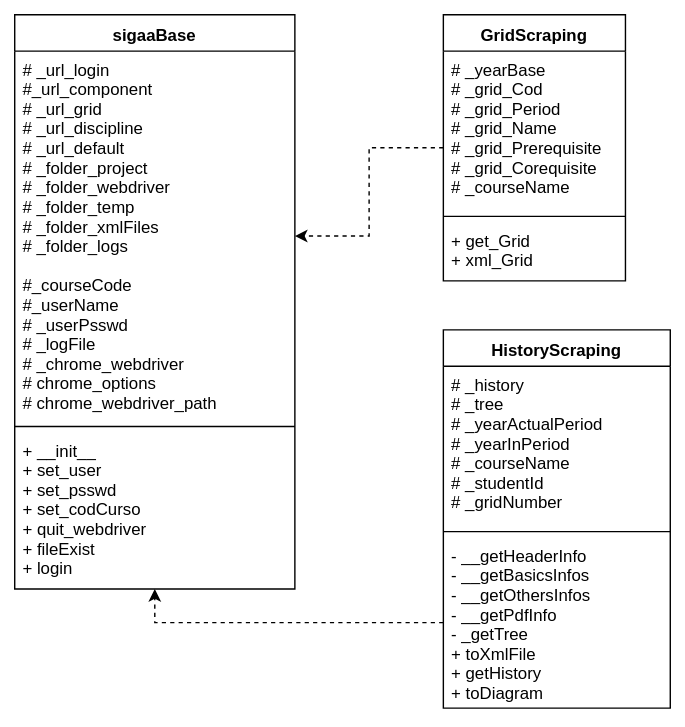
Before: doc/DiagramaDeClasse.svg, a diagram exported from draw.io (ppcamp/sigaa-scraping-analysis). Source tidied: cells renumbered, new cells last; positions are measured from the earlier drawing's top-left corner, leaving out a move shared by most shapes. Its diagram source:
```xml
<mxGraphModel background="#ffffff">
  <root>
    <mxCell id="0" />
    <mxCell id="1" parent="0" />
    <mxCell id="2" value="GridScraping" style="swimlane;fontStyle=1;align=center;verticalAlign=top;horizontal=1;startSize=26;" parent="1" vertex="1">
      <mxGeometry x="306" width="130" height="190" as="geometry" />
    </mxCell>
    <mxCell id="3" value="# _yearBase&#10;# _grid_Cod&#10;# _grid_Period&#10;# _grid_Name&#10;# _grid_Prerequisite&#10;# _grid_Corequisite&#10;# _courseName" style="text;strokeColor=none;fillColor=none;align=left;verticalAlign=top;spacingLeft=4;spacingRight=4;overflow=hidden;fontStyle=0;" parent="2" vertex="1">
      <mxGeometry y="26" width="130" height="114" as="geometry" />
    </mxCell>
    <mxCell id="4" style="line;strokeWidth=1;fillColor=none;align=left;verticalAlign=middle;spacingTop=-1;spacingLeft=3;spacingRight=3;labelPosition=right;" parent="2" vertex="1">
      <mxGeometry y="140" width="130" height="8" as="geometry" />
    </mxCell>
    <mxCell id="5" value="+ get_Grid&#10;+ xml_Grid&#10;" style="text;strokeColor=none;fillColor=none;align=left;verticalAlign=top;spacingLeft=4;spacingRight=4;overflow=hidden;points=[[0,0.5],[1,0.5]];portConstraint=eastwest;" parent="2" vertex="1">
      <mxGeometry y="148" width="130" height="42" as="geometry" />
    </mxCell>
    <mxCell id="6" style="edgeStyle=orthogonalEdgeStyle;rounded=0;jettySize=auto;html=1;exitX=0;exitY=0.5;exitDx=0;exitDy=0;dashed=1;" parent="1" edge="1" source="2" target="8">
      <mxGeometry relative="1" as="geometry" />
    </mxCell>
    <mxCell id="7" value="sigaaBase" style="swimlane;fontStyle=1;align=center;verticalAlign=top;horizontal=1;startSize=26;" parent="1" vertex="1">
      <mxGeometry width="200" height="410" as="geometry" />
    </mxCell>
    <mxCell id="8" value="# _url_login&#10;#_url_component&#10;# _url_grid&#10;# _url_discipline&#10;# _url_default&#10;# _folder_project&#10;# _folder_webdriver&#10;# _folder_temp&#10;# _folder_xmlFiles&#10;# _folder_logs&#10;&#10;#_courseCode&#10;#_userName&#10;# _userPsswd&#10;# _logFile&#10;# _chrome_webdriver&#10;# chrome_options&#10;# chrome_webdriver_path" style="text;strokeColor=none;fillColor=none;align=left;verticalAlign=top;spacingLeft=4;spacingRight=4;overflow=hidden;points=[[0,0.5],[1,0.5]];portConstraint=eastwest;fontStyle=0;" parent="7" vertex="1">
      <mxGeometry y="26" width="200" height="264" as="geometry" />
    </mxCell>
    <mxCell id="9" style="line;strokeWidth=1;fillColor=none;align=left;verticalAlign=middle;spacingTop=-1;spacingLeft=3;spacingRight=3;labelPosition=right;" parent="7" vertex="1">
      <mxGeometry y="290" width="200" height="8" as="geometry" />
    </mxCell>
    <mxCell id="10" value="+ __init__&#10;+ set_user&#10;+ set_psswd&#10;+ set_codCurso&#10;+ quit_webdriver&#10;+ fileExist&#10;+ login&#10;" style="text;strokeColor=none;fillColor=none;align=left;verticalAlign=top;spacingLeft=4;spacingRight=4;overflow=hidden;" parent="7" vertex="1">
      <mxGeometry y="298" width="200" height="112" as="geometry" />
    </mxCell>
    <mxCell id="11" style="edgeStyle=orthogonalEdgeStyle;rounded=0;jettySize=auto;html=1;entryX=0.5;entryY=1;entryDx=0;entryDy=0;dashed=1;" parent="1" edge="1" source="15" target="7">
      <mxGeometry relative="1" as="geometry" />
    </mxCell>
    <mxCell id="12" value="HistoryScraping" style="swimlane;fontStyle=1;align=center;verticalAlign=top;horizontal=1;startSize=26;" parent="1" vertex="1">
      <mxGeometry x="306" y="225" width="162" height="270" as="geometry" />
    </mxCell>
    <mxCell id="13" value="# _history&#10;# _tree&#10;# _yearActualPeriod&#10;# _yearInPeriod&#10;# _courseName&#10;# _studentId&#10;# _gridNumber&#10;" style="text;strokeColor=none;fillColor=none;align=left;verticalAlign=top;spacingLeft=4;spacingRight=4;overflow=hidden;" parent="12" vertex="1">
      <mxGeometry y="26" width="162" height="114" as="geometry" />
    </mxCell>
    <mxCell id="14" style="line;strokeWidth=1;fillColor=none;align=left;verticalAlign=middle;spacingTop=-1;spacingLeft=3;spacingRight=3;labelPosition=right;" parent="12" vertex="1">
      <mxGeometry y="140" width="162" height="8" as="geometry" />
    </mxCell>
    <mxCell id="15" value="- __getHeaderInfo&#10;- __getBasicsInfos&#10;- __getOthersInfos&#10;- __getPdfInfo&#10;- _getTree&#10;+ toXmlFile&#10;+ getHistory&#10;+ toDiagram" style="text;strokeColor=none;fillColor=none;align=left;verticalAlign=top;spacingLeft=4;spacingRight=4;overflow=hidden;points=[[0,0.5],[1,0.5]];portConstraint=eastwest;" parent="12" vertex="1">
      <mxGeometry y="148" width="162" height="122" as="geometry" />
    </mxCell>
  </root>
</mxGraphModel>
```
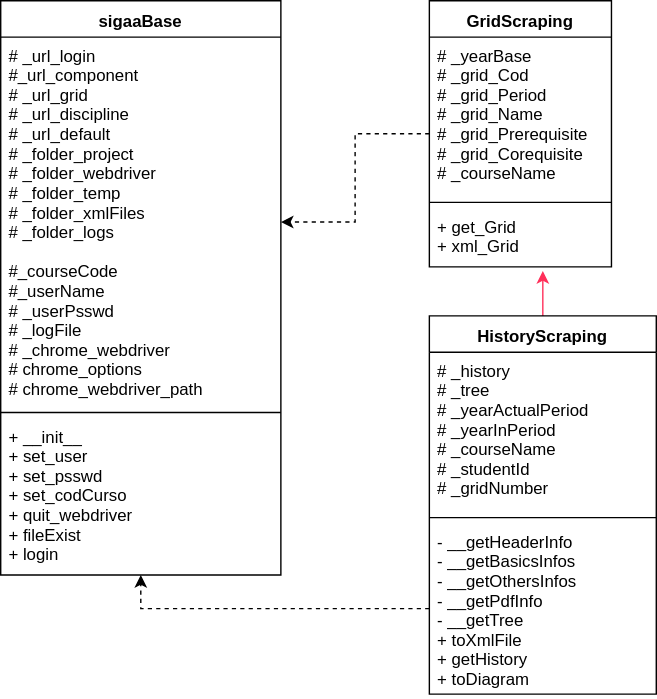
The same diagram one commit later.

Change to the diagram source:
```diff
@@ -32,6 +32,9 @@
     <mxCell id="11" style="edgeStyle=orthogonalEdgeStyle;rounded=0;jettySize=auto;html=1;entryX=0.5;entryY=1;entryDx=0;entryDy=0;dashed=1;" parent="1" edge="1" source="15" target="7">
       <mxGeometry relative="1" as="geometry" />
     </mxCell>
+    <mxCell id="16" style="edgeStyle=orthogonalEdgeStyle;rounded=0;jettySize=auto;html=1;exitX=0.5;exitY=0;exitDx=0;exitDy=0;entryX=0.623;entryY=1.071;entryDx=0;entryDy=0;entryPerimeter=0;strokeColor=#FF305A;" parent="1" edge="1" source="12" target="5">
+      <mxGeometry relative="1" as="geometry" />
+    </mxCell>
     <mxCell id="12" value="HistoryScraping" style="swimlane;fontStyle=1;align=center;verticalAlign=top;horizontal=1;startSize=26;" parent="1" vertex="1">
       <mxGeometry x="306" y="225" width="162" height="270" as="geometry" />
     </mxCell>
@@ -41,7 +44,7 @@
     <mxCell id="14" style="line;strokeWidth=1;fillColor=none;align=left;verticalAlign=middle;spacingTop=-1;spacingLeft=3;spacingRight=3;labelPosition=right;" parent="12" vertex="1">
       <mxGeometry y="140" width="162" height="8" as="geometry" />
     </mxCell>
-    <mxCell id="15" value="- __getHeaderInfo&#10;- __getBasicsInfos&#10;- __getOthersInfos&#10;- __getPdfInfo&#10;- _getTree&#10;+ toXmlFile&#10;+ getHistory&#10;+ toDiagram" style="text;strokeColor=none;fillColor=none;align=left;verticalAlign=top;spacingLeft=4;spacingRight=4;overflow=hidden;points=[[0,0.5],[1,0.5]];portConstraint=eastwest;" parent="12" vertex="1">
+    <mxCell id="15" value="- __getHeaderInfo&#10;- __getBasicsInfos&#10;- __getOthersInfos&#10;- __getPdfInfo&#10;- __getTree&#10;+ toXmlFile&#10;+ getHistory&#10;+ toDiagram" style="text;strokeColor=none;fillColor=none;align=left;verticalAlign=top;spacingLeft=4;spacingRight=4;overflow=hidden;points=[[0,0.5],[1,0.5]];portConstraint=eastwest;" parent="12" vertex="1">
       <mxGeometry y="148" width="162" height="122" as="geometry" />
     </mxCell>
   </root>
```
